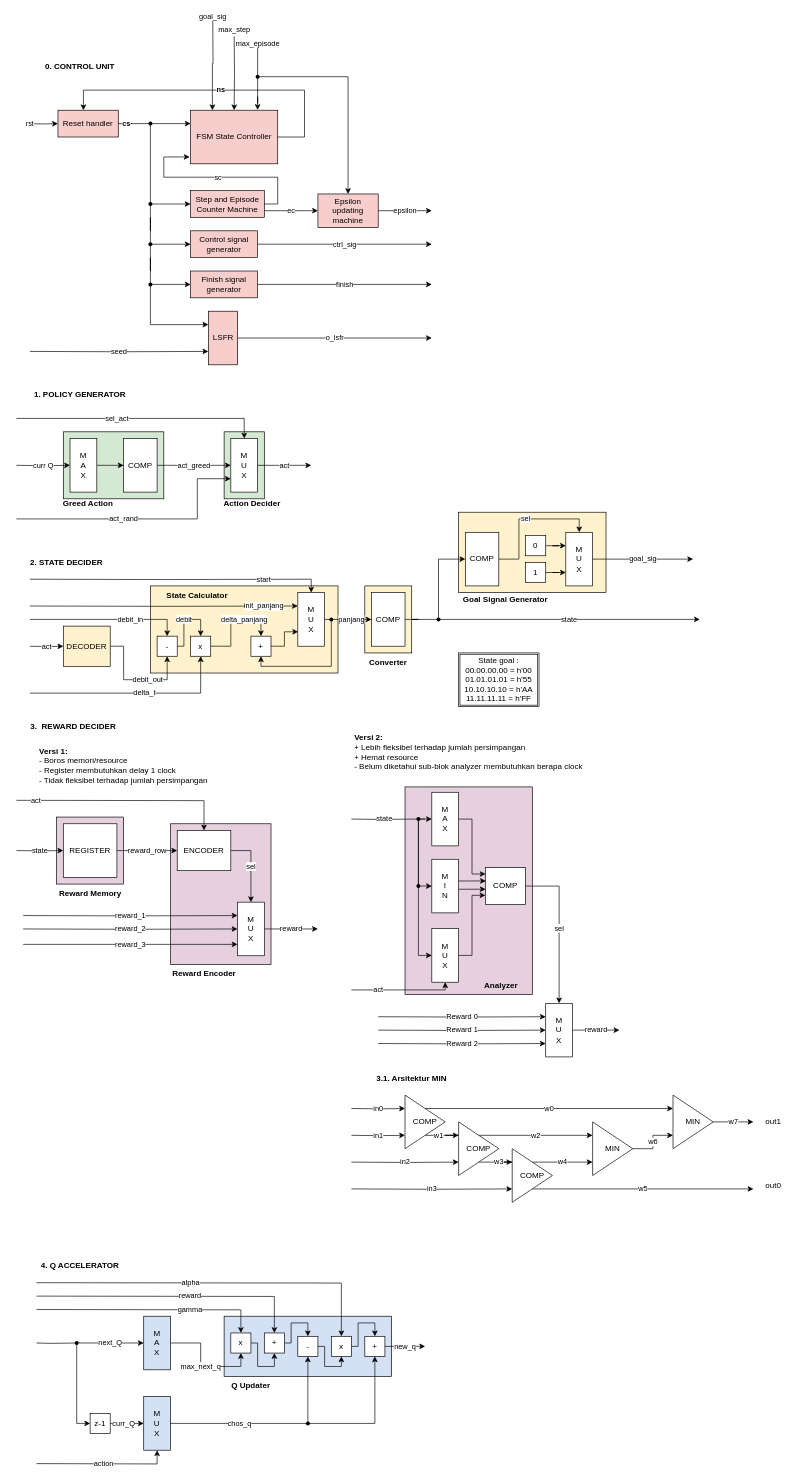
The draw.io diagram page "Sub-System" (1 of 4) of intelight.drawio in zulfikarna/intelight, before the edit. Source tidied: cells renumbered, new cells numbered last; positions are measured from the earlier drawing's top-left corner, leaving out a move shared by most shapes. Both pictures are drawn from the tidied source at 67%, with x=0, y=0 at pixel (16, 16).
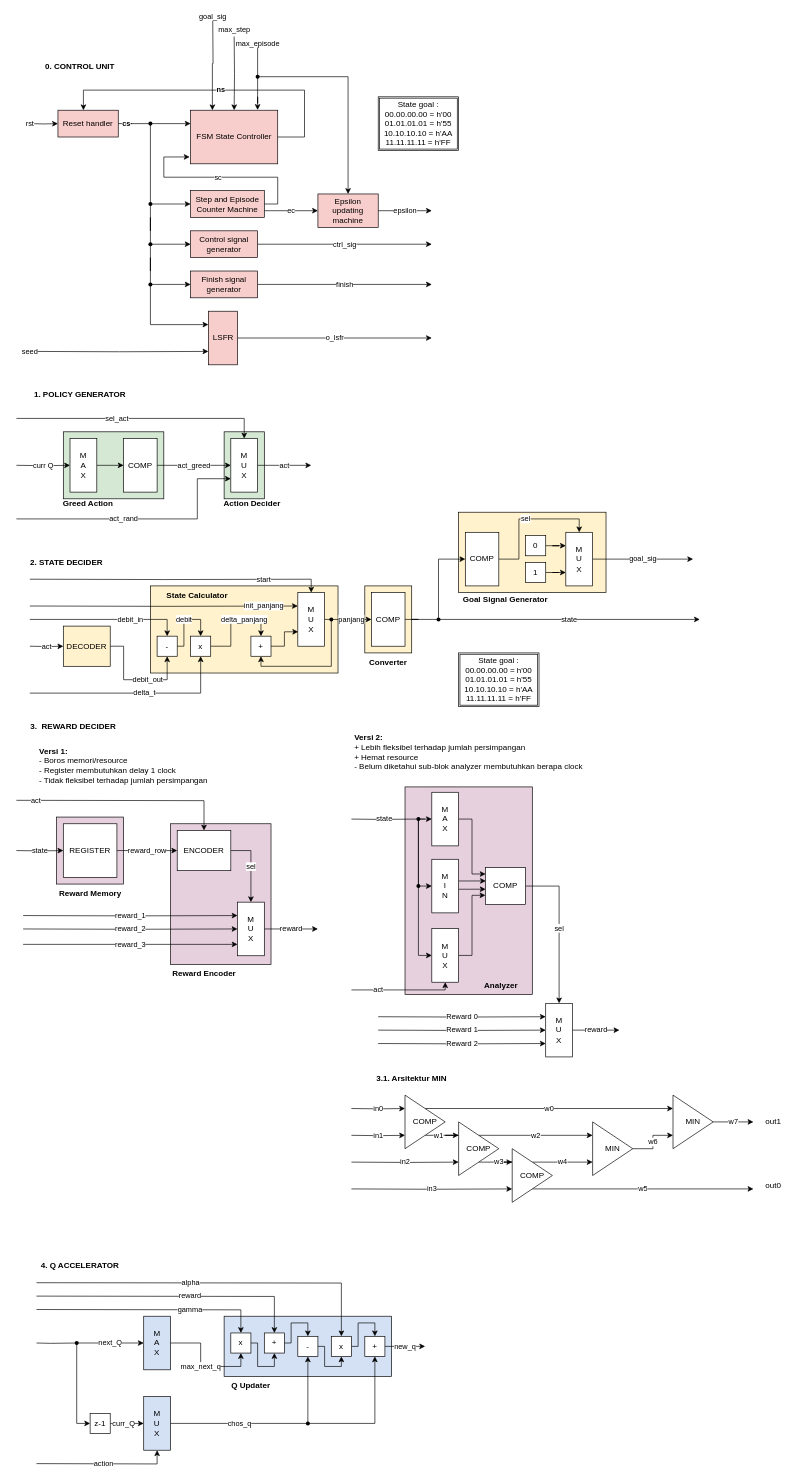
After the change.

The change refers to these unchanged cells:
```xml
<mxCell id="150" value="LSFR" style="rounded=0;whiteSpace=wrap;html=1;fillColor=#F8CECC;" parent="1" vertex="1">
  <mxGeometry x="286.5" y="440" width="43.5" height="80" as="geometry" />
</mxCell>
```

Diff of the diagram source:
```diff
@@
     <mxCell id="162" value="seed" style="edgeStyle=orthogonalEdgeStyle;rounded=0;jettySize=auto;html=1;entryX=0;entryY=0.75;entryDx=0;entryDy=0;" parent="1" edge="1" target="150">
-      <mxGeometry relative="1" as="geometry">
+      <mxGeometry x="-1" relative="1" as="geometry">
         <mxPoint x="20" y="500" as="sourcePoint" />
       </mxGeometry>
     </mxCell>
@@
+    <mxCell id="184" value="State goal :&lt;br&gt;00.00.00.00 = h'00&lt;br&gt;01.01.01.01 = h'55&lt;br&gt;10.10.10.10 = h'AA&lt;br&gt;11.11.11.11 = h'FF" style="shape=ext;double=1;rounded=0;whiteSpace=wrap;html=1;" parent="1" vertex="1">
+      <mxGeometry x="540" y="120" width="120" height="80" as="geometry" />
+    </mxCell>
```
